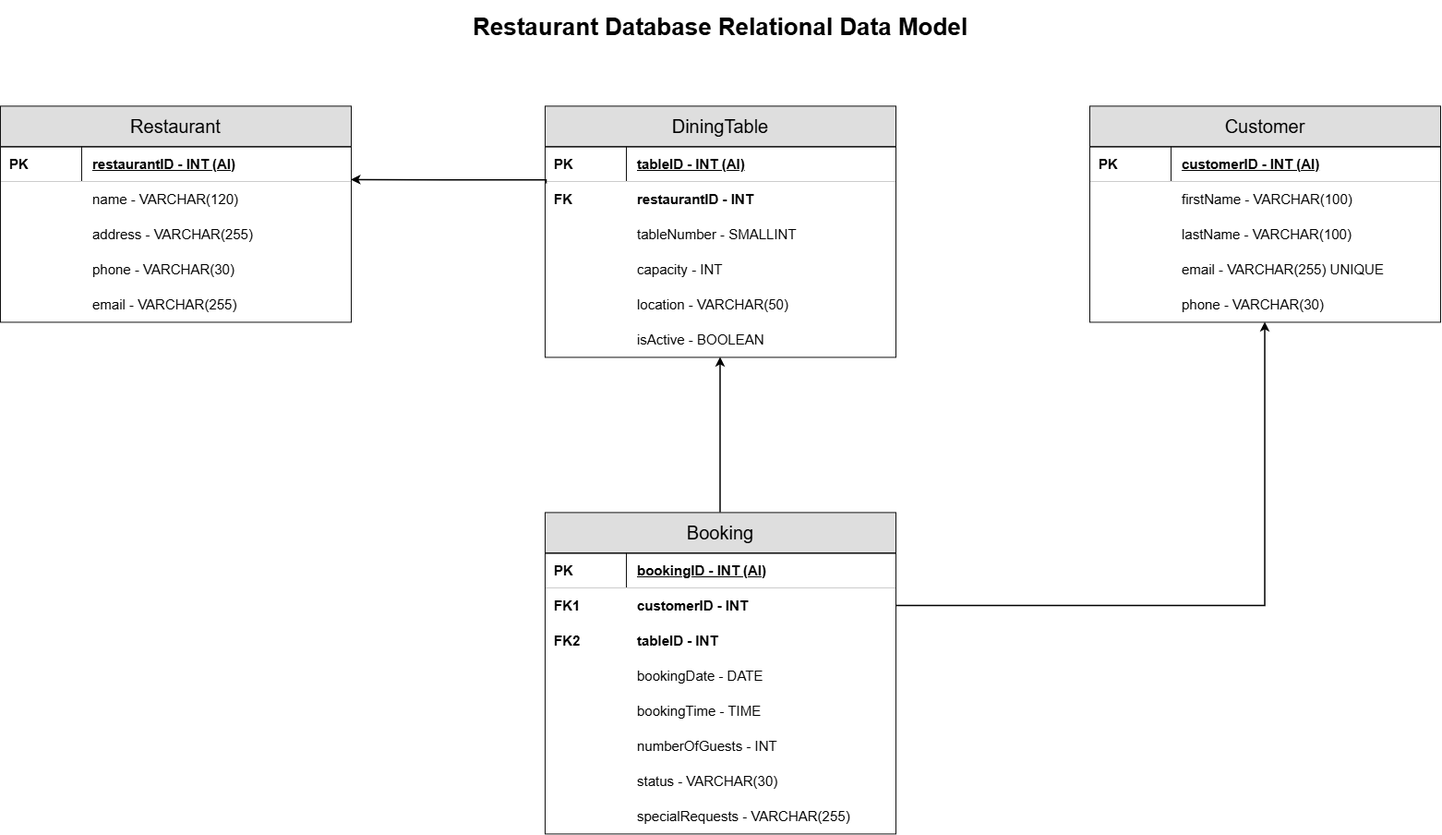
Above: diagrams/Restaurant_Database_RDM.png in natalialukacova/RestaurantDB (draw.io), before the change. Source tidied: cells renumbered, new cells last; positions are measured from the earlier drawing's top-left corner, leaving out a move shared by most shapes.
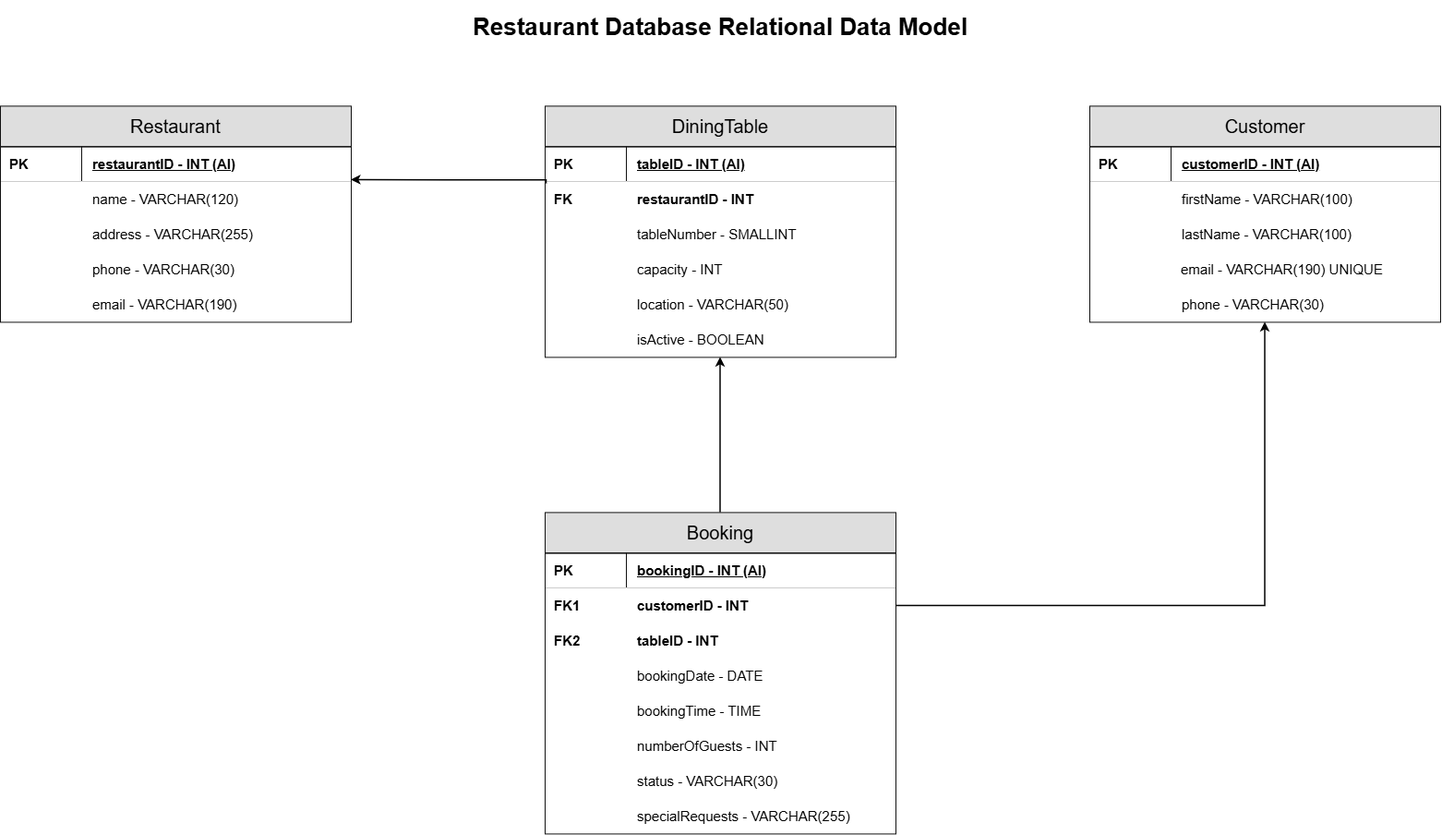
After the commit.

Commit message:
Update email field length in RDM diagram

Diff of the diagram source:
```diff
@@ -35,7 +35,7 @@
     <mxCell id="12" style="rounded=0;whiteSpace=wrap;html=1;fillColor=#ffffff;strokeColor=#ffffff;align=left;verticalAlign=middle;spacingLeft=8;fontStyle=1;fontSize=15;" parent="1" vertex="1">
       <mxGeometry y="311" width="88" height="38" as="geometry" />
     </mxCell>
-    <mxCell id="13" value="email - VARCHAR(255)" style="rounded=0;whiteSpace=wrap;html=1;fillColor=#ffffff;strokeColor=#ffffff;align=left;verticalAlign=middle;spacingLeft=10;fontSize=15;" parent="1" vertex="1">
+    <mxCell id="13" value="email - VARCHAR(190)" style="rounded=0;whiteSpace=wrap;html=1;fillColor=#ffffff;strokeColor=#ffffff;align=left;verticalAlign=middle;spacingLeft=10;fontSize=15;" parent="1" vertex="1">
       <mxGeometry x="88" y="311" width="292" height="38" as="geometry" />
     </mxCell>
     <mxCell id="14" style="rounded=0;whiteSpace=wrap;html=1;fillColor=none;strokeColor=#111111;" parent="1" vertex="1">
@@ -107,8 +107,8 @@
     <mxCell id="36" style="rounded=0;whiteSpace=wrap;html=1;fillColor=#ffffff;strokeColor=#ffffff;align=left;verticalAlign=middle;spacingLeft=8;fontStyle=1;fontSize=15;" parent="1" vertex="1">
       <mxGeometry x="1180" y="273" width="88" height="38" as="geometry" />
     </mxCell>
-    <mxCell id="37" value="email - VARCHAR(255) UNIQUE" style="rounded=0;whiteSpace=wrap;html=1;fillColor=#ffffff;strokeColor=#ffffff;align=left;verticalAlign=middle;spacingLeft=10;fontSize=15;" parent="1" vertex="1">
-      <mxGeometry x="1268" y="273" width="292" height="38" as="geometry" />
+    <mxCell id="37" value="email - VARCHAR(190) UNIQUE" style="rounded=0;whiteSpace=wrap;html=1;fillColor=#ffffff;strokeColor=#ffffff;align=left;verticalAlign=middle;spacingLeft=10;fontSize=15;" parent="1" vertex="1">
+      <mxGeometry x="1267" y="273" width="292" height="38" as="geometry" />
     </mxCell>
     <mxCell id="38" style="rounded=0;whiteSpace=wrap;html=1;fillColor=#ffffff;strokeColor=#ffffff;align=left;verticalAlign=middle;spacingLeft=8;fontStyle=1;fontSize=15;" parent="1" vertex="1">
       <mxGeometry x="1180" y="311" width="88" height="38" as="geometry" />
```
